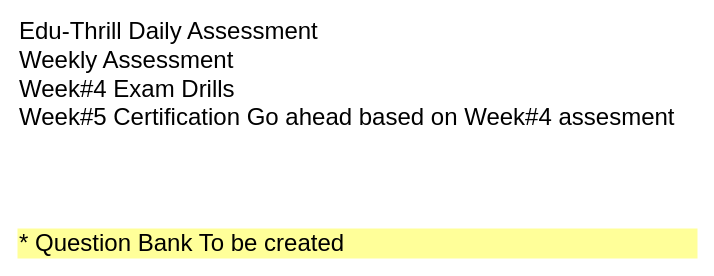
The draw.io diagram page "Plan- Exam" (7 of 9) of Training.drawio in gonchigars/awesome-startup-credits, before the edit. Source tidied: cells renumbered, new cells numbered last; positions are measured from the earlier drawing's top-left corner, leaving out a move shared by most shapes. Both pictures are drawn from the tidied source at 100%, with x=0, y=0 at pixel (17, 59).
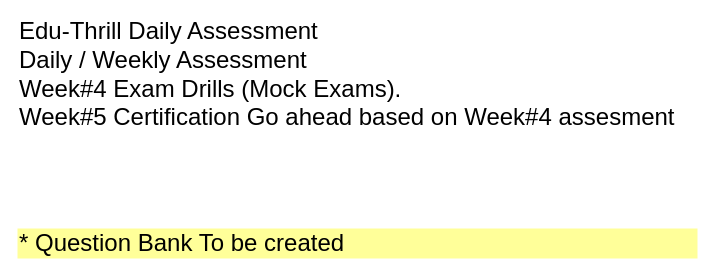
The same page after the edit.

Diff of the diagram source:
```diff
@@
 <mxGraphModel>
   <root>
     <mxCell id="0" />
     <mxCell id="1" parent="0" />
-    <mxCell id="2" value="Edu-Thrill Daily Assessment&lt;br&gt;Weekly Assessment&lt;br&gt;Week#4 Exam Drills&lt;br&gt;Week#5 Certification Go ahead based on Week#4 assesment" style="text;html=1;strokeColor=none;fillColor=none;align=left;verticalAlign=middle;whiteSpace=wrap;rounded=0;fontSize=24;" parent="1" vertex="1">
+    <mxCell id="2" value="Edu-Thrill Daily Assessment&lt;br&gt;Daily / Weekly Assessment&lt;br&gt;Week#4 Exam Drills (Mock Exams).&lt;br&gt;Week#5 Certification Go ahead based on Week#4 assesment" style="text;html=1;strokeColor=none;fillColor=none;align=left;verticalAlign=middle;whiteSpace=wrap;rounded=0;fontSize=24;" parent="1" vertex="1">
       <mxGeometry width="660" height="30" as="geometry" />
     </mxCell>
     <mxCell id="3" value="* Question Bank To be created" style="text;html=1;strokeColor=none;fillColor=#FFFF99;align=left;verticalAlign=middle;whiteSpace=wrap;rounded=0;fontSize=24;" parent="1" vertex="1">
       <mxGeometry y="169" width="680" height="30" as="geometry" />
     </mxCell>
   </root>
 </mxGraphModel>
```
